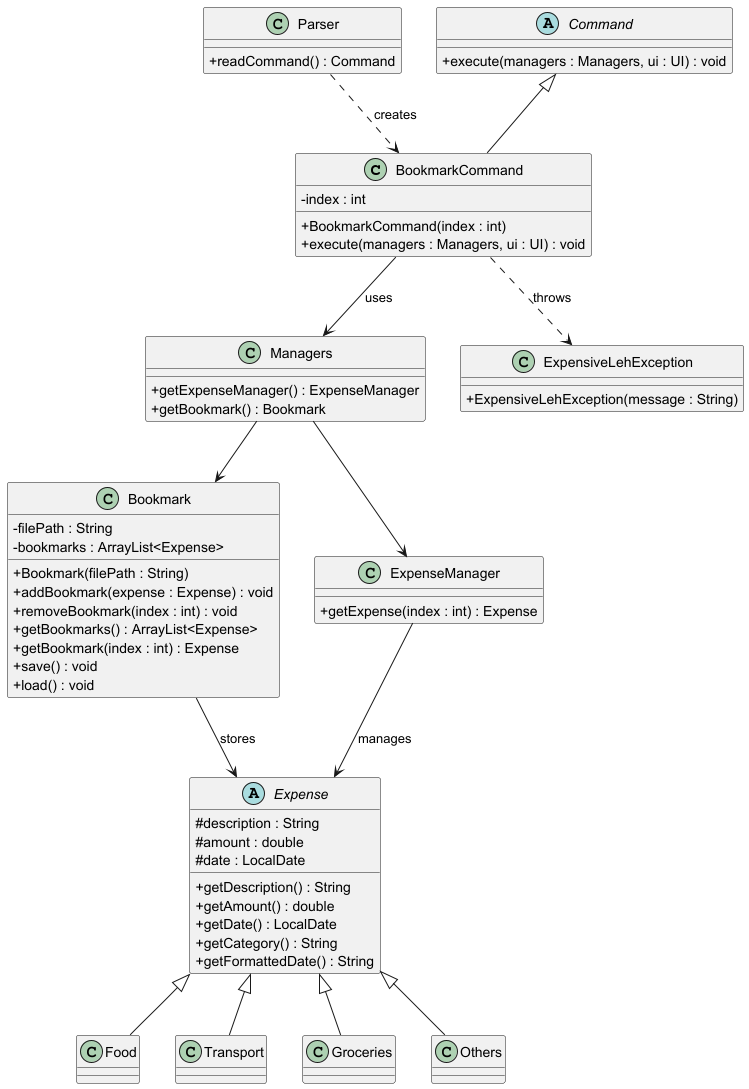
This is docs/Diagrams/BookmarkClassDiagram.png from KanakornMek/tp, a PlantUML export, as it was before one commit.
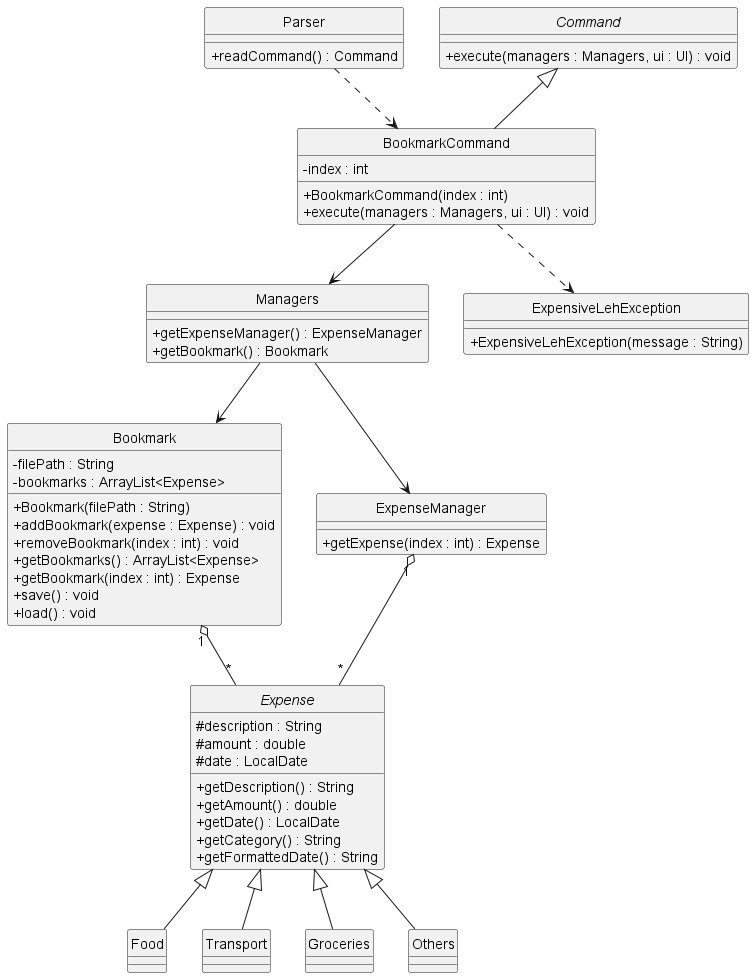
The same diagram one commit later.

What changed in the source:
```diff
@@ -1,5 +1,6 @@
 @startuml
 skinparam classAttributeIconSize 0
+hide circle
 
 class BookmarkCommand {
     - index : int
@@ -63,16 +64,18 @@
 Expense <|-- Groceries
 Expense <|-- Others
 
-Parser ..> BookmarkCommand : creates
+Parser ..> BookmarkCommand
 
-BookmarkCommand --> Managers : uses
-BookmarkCommand ..> ExpensiveLehException : throws
+BookmarkCommand --> Managers
+
+BookmarkCommand ..> ExpensiveLehException
 
 Managers --> ExpenseManager
+
 Managers --> Bookmark
 
-Bookmark --> Expense : stores
+Bookmark "1" o-- "*" Expense
 
-ExpenseManager --> Expense : manages
+ExpenseManager "1" o-- "*" Expense
 
 @enduml
```
